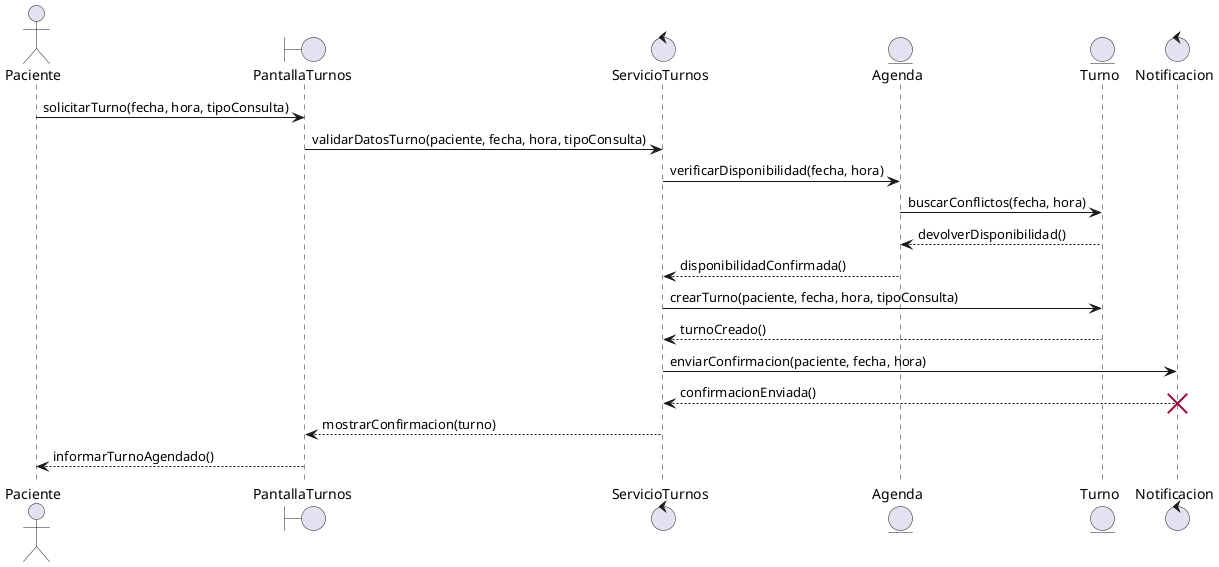
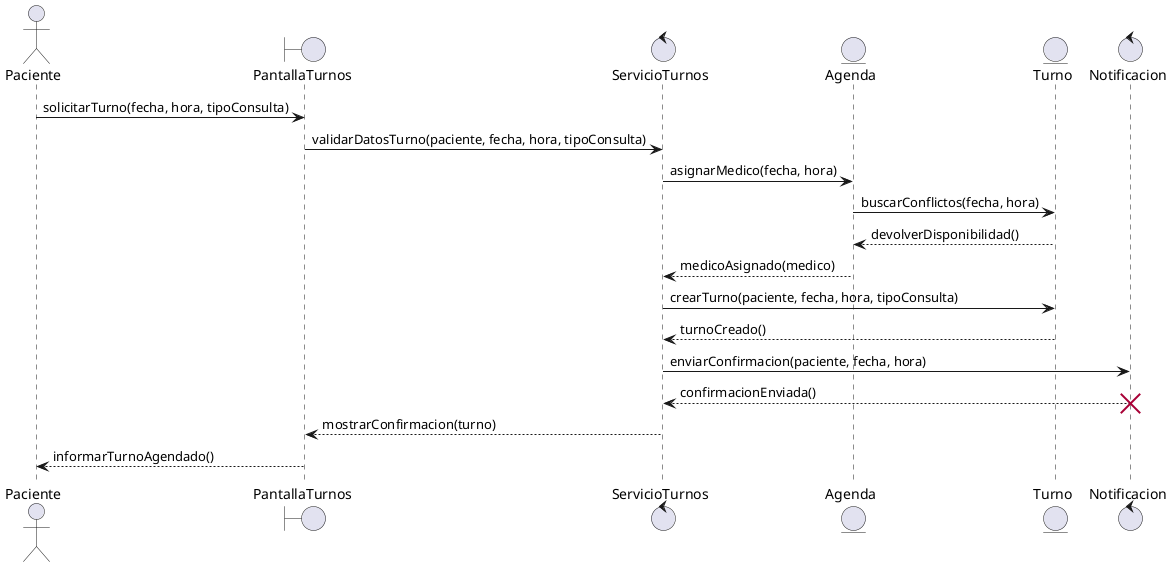
@startuml AgendarTurno


actor Paciente


boundary "PantallaTurnos" as pantalla
control "ServicioTurnos" as servicio
entity "Agenda" as agenda
entity "Turno" as turno
control "Notificacion" as notificacion


Paciente -> pantalla : solicitarTurno(fecha, hora, tipoConsulta)


pantalla -> servicio : validarDatosTurno(paciente, fecha, hora, tipoConsulta)


- servicio -> agenda : verificarDisponibilidad(fecha, hora)
+ servicio -> agenda : asignarMedico(fecha, hora)


agenda -> turno : buscarConflictos(fecha, hora)


turno --> agenda : devolverDisponibilidad()


- agenda --> servicio : disponibilidadConfirmada()
+ agenda --> servicio : medicoAsignado(medico)


servicio -> turno : crearTurno(paciente, fecha, hora, tipoConsulta)


turno --> servicio : turnoCreado()


servicio -> notificacion : enviarConfirmacion(paciente, fecha, hora)


notificacion --> servicio : confirmacionEnviada()


destroy notificacion


servicio --> pantalla : mostrarConfirmacion(turno)


pantalla --> Paciente : informarTurnoAgendado()


@enduml
